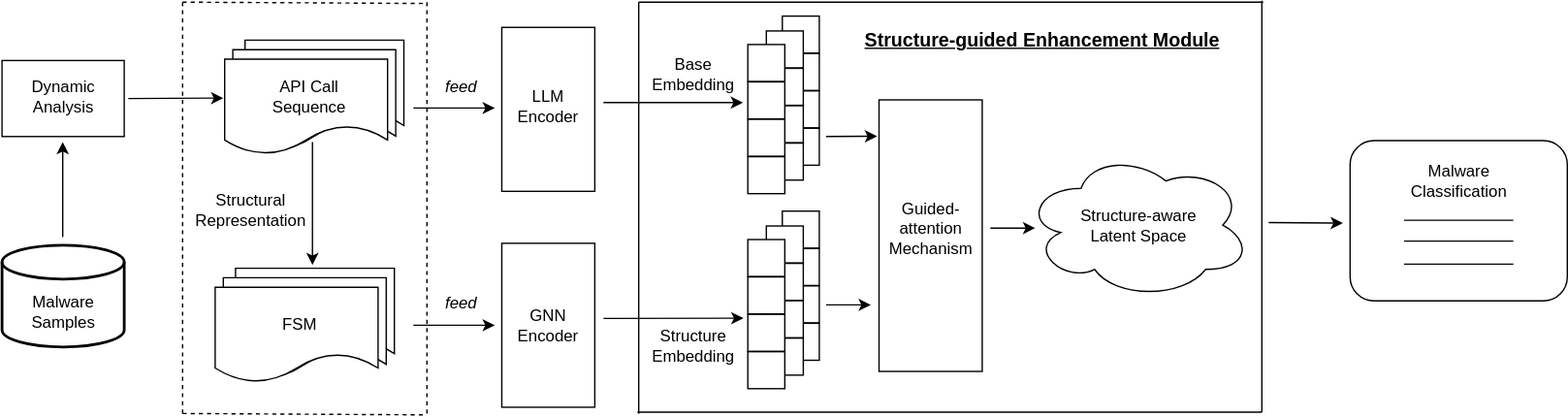
Arui1122/Structural-Representation-Enhancement keeps this draw.io diagram as Structure_Enhancement.drawio.svg. Above is the earlier version. Source tidied: cells renumbered, new cells last; positions are measured from the earlier drawing's top-left corner, leaving out a move shared by most shapes.
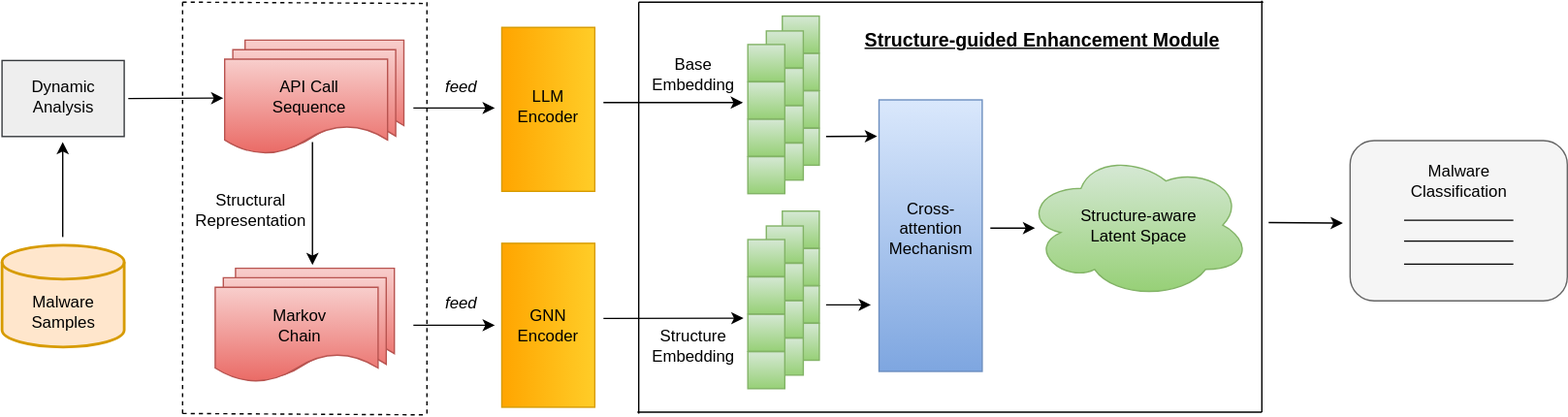
The same file after the commit.

What changed in the source:
```diff
@@ -2,7 +2,7 @@
   <root>
     <mxCell id="0" />
     <mxCell id="1" parent="0" />
-    <mxCell id="2" style="strokeWidth=2;html=1;shape=mxgraph.flowchart.database;whiteSpace=wrap;fontStyle=0;align=center;verticalAlign=bottom;labelPosition=center;verticalLabelPosition=middle;horizontal=1;" parent="1" vertex="1">
+    <mxCell id="2" style="strokeWidth=2;html=1;shape=mxgraph.flowchart.database;whiteSpace=wrap;fontStyle=0;align=center;verticalAlign=bottom;labelPosition=center;verticalLabelPosition=middle;horizontal=1;fillColor=#ffe6cc;strokeColor=#d79b00;" parent="1" vertex="1">
       <mxGeometry y="180" width="90" height="75" as="geometry" />
     </mxCell>
     <mxCell id="3" value="Malware&lt;div&gt;Samples&lt;/div&gt;" style="text;html=1;align=center;verticalAlign=middle;strokeColor=none;fillColor=none;" parent="1" vertex="1">
@@ -14,7 +14,7 @@
         <mxPoint x="44.7" y="104" as="targetPoint" />
       </mxGeometry>
     </mxCell>
-    <mxCell id="5" style="rounded=0;whiteSpace=wrap;html=1;" parent="1" vertex="1">
+    <mxCell id="5" style="rounded=0;whiteSpace=wrap;html=1;fillColor=#eeeeee;strokeColor=#36393d;" parent="1" vertex="1">
       <mxGeometry y="44" width="90" height="56" as="geometry" />
     </mxCell>
     <mxCell id="6" value="Dynamic&lt;div&gt;Analysis&lt;/div&gt;" style="text;html=1;align=center;verticalAlign=middle;strokeColor=none;fillColor=none;" parent="1" vertex="1">
@@ -32,25 +32,25 @@
         <mxPoint x="228.7" y="194.7" as="targetPoint" />
       </mxGeometry>
     </mxCell>
-    <mxCell id="9" style="shape=document;whiteSpace=wrap;html=1;boundedLbl=1;" parent="1" vertex="1">
+    <mxCell id="9" style="shape=document;whiteSpace=wrap;html=1;boundedLbl=1;fillColor=#f8cecc;strokeColor=#b85450;gradientColor=#ea6b66;" parent="1" vertex="1">
       <mxGeometry x="172" y="197" width="117" height="74" as="geometry" />
     </mxCell>
-    <mxCell id="10" style="shape=document;whiteSpace=wrap;html=1;boundedLbl=1;" parent="1" vertex="1">
+    <mxCell id="10" style="shape=document;whiteSpace=wrap;html=1;boundedLbl=1;fillColor=#f8cecc;strokeColor=#b85450;gradientColor=#ea6b66;" parent="1" vertex="1">
       <mxGeometry x="163" y="204" width="120" height="75" as="geometry" />
     </mxCell>
-    <mxCell id="11" style="shape=document;whiteSpace=wrap;html=1;boundedLbl=1;labelBorderColor=none;" parent="1" vertex="1">
+    <mxCell id="11" style="shape=document;whiteSpace=wrap;html=1;boundedLbl=1;labelBorderColor=none;fillColor=#f8cecc;strokeColor=#b85450;gradientColor=#ea6b66;" parent="1" vertex="1">
       <mxGeometry x="157" y="211" width="120" height="70" as="geometry" />
     </mxCell>
-    <mxCell id="12" value="FSM" style="text;html=1;align=center;verticalAlign=middle;strokeColor=none;fillColor=none;" parent="1" vertex="1">
-      <mxGeometry x="194" y="224" width="50" height="30" as="geometry" />
+    <mxCell id="12" value="Markov&lt;div&gt;Chain&lt;/div&gt;" style="text;html=1;align=center;verticalAlign=middle;strokeColor=none;fillColor=none;" parent="1" vertex="1">
+      <mxGeometry x="189" y="219" width="60" height="40" as="geometry" />
     </mxCell>
-    <mxCell id="13" style="shape=document;whiteSpace=wrap;html=1;boundedLbl=1;" parent="1" vertex="1">
+    <mxCell id="13" style="shape=document;whiteSpace=wrap;html=1;boundedLbl=1;fillColor=#f8cecc;strokeColor=#b85450;gradientColor=#ea6b66;" parent="1" vertex="1">
       <mxGeometry x="179" y="29" width="117" height="74" as="geometry" />
     </mxCell>
-    <mxCell id="14" style="shape=document;whiteSpace=wrap;html=1;boundedLbl=1;" parent="1" vertex="1">
+    <mxCell id="14" style="shape=document;whiteSpace=wrap;html=1;boundedLbl=1;fillColor=#f8cecc;strokeColor=#b85450;gradientColor=#ea6b66;" parent="1" vertex="1">
       <mxGeometry x="170" y="36" width="120" height="75" as="geometry" />
     </mxCell>
-    <mxCell id="15" style="shape=document;whiteSpace=wrap;html=1;boundedLbl=1;labelBorderColor=none;" parent="1" vertex="1">
+    <mxCell id="15" style="shape=document;whiteSpace=wrap;html=1;boundedLbl=1;labelBorderColor=none;fillColor=#f8cecc;strokeColor=#b85450;gradientColor=#ea6b66;" parent="1" vertex="1">
       <mxGeometry x="164" y="43" width="120" height="70" as="geometry" />
     </mxCell>
     <mxCell id="16" value="API Call&lt;div&gt;Sequence&lt;/div&gt;" style="text;html=1;align=center;verticalAlign=middle;strokeColor=none;fillColor=none;" parent="1" vertex="1">
@@ -68,7 +68,7 @@
     <mxCell id="19" value="&lt;i&gt;feed&lt;/i&gt;" style="text;html=1;align=center;verticalAlign=middle;strokeColor=none;fillColor=none;" parent="1" vertex="1">
       <mxGeometry x="313" y="49.5" width="50" height="30" as="geometry" />
     </mxCell>
-    <mxCell id="20" style="rounded=0;whiteSpace=wrap;html=1;rotation=90;" parent="1" vertex="1">
+    <mxCell id="20" style="rounded=0;whiteSpace=wrap;html=1;rotation=90;fillColor=#ffcd28;strokeColor=#d79b00;gradientColor=#ffa500;" parent="1" vertex="1">
       <mxGeometry x="342" y="45.7" width="120.8" height="68.5" as="geometry" />
     </mxCell>
     <mxCell id="21" value="LLM&lt;div&gt;Encoder&lt;/div&gt;" style="text;html=1;align=center;verticalAlign=middle;strokeColor=none;fillColor=none;" parent="1" vertex="1">
@@ -101,40 +101,40 @@
         <mxPoint x="180" y="304" as="targetPoint" />
       </mxGeometry>
     </mxCell>
-    <mxCell id="27" style="whiteSpace=wrap;html=1;" parent="1" vertex="1">
+    <mxCell id="27" style="whiteSpace=wrap;html=1;fillColor=#d5e8d4;gradientColor=#97d077;strokeColor=#82b366;" parent="1" vertex="1">
       <mxGeometry x="574.8" y="11.3" width="27.2" height="27.2" as="geometry" />
     </mxCell>
-    <mxCell id="28" style="whiteSpace=wrap;html=1;" parent="1" vertex="1">
+    <mxCell id="28" style="whiteSpace=wrap;html=1;fillColor=#d5e8d4;gradientColor=#97d077;strokeColor=#82b366;" parent="1" vertex="1">
       <mxGeometry x="574.8" y="38.8" width="27.2" height="27.2" as="geometry" />
     </mxCell>
-    <mxCell id="29" style="whiteSpace=wrap;html=1;" parent="1" vertex="1">
+    <mxCell id="29" style="whiteSpace=wrap;html=1;fillColor=#d5e8d4;gradientColor=#97d077;strokeColor=#82b366;" parent="1" vertex="1">
       <mxGeometry x="574.8" y="66.4" width="27.2" height="27.2" as="geometry" />
     </mxCell>
-    <mxCell id="30" style="whiteSpace=wrap;html=1;" parent="1" vertex="1">
+    <mxCell id="30" style="whiteSpace=wrap;html=1;fillColor=#d5e8d4;gradientColor=#97d077;strokeColor=#82b366;" parent="1" vertex="1">
       <mxGeometry x="574.8" y="93.9" width="27.2" height="27.2" as="geometry" />
     </mxCell>
-    <mxCell id="31" style="whiteSpace=wrap;html=1;" parent="1" vertex="1">
+    <mxCell id="31" style="whiteSpace=wrap;html=1;fillColor=#d5e8d4;gradientColor=#97d077;strokeColor=#82b366;" parent="1" vertex="1">
       <mxGeometry x="563" y="22.2" width="27.2" height="27.2" as="geometry" />
     </mxCell>
-    <mxCell id="32" style="whiteSpace=wrap;html=1;" parent="1" vertex="1">
+    <mxCell id="32" style="whiteSpace=wrap;html=1;fillColor=#d5e8d4;gradientColor=#97d077;strokeColor=#82b366;" parent="1" vertex="1">
       <mxGeometry x="563" y="49.8" width="27.2" height="27.2" as="geometry" />
     </mxCell>
-    <mxCell id="33" style="whiteSpace=wrap;html=1;" parent="1" vertex="1">
+    <mxCell id="33" style="whiteSpace=wrap;html=1;fillColor=#d5e8d4;gradientColor=#97d077;strokeColor=#82b366;" parent="1" vertex="1">
       <mxGeometry x="563" y="77.3" width="27.2" height="27.2" as="geometry" />
     </mxCell>
-    <mxCell id="34" style="whiteSpace=wrap;html=1;" parent="1" vertex="1">
+    <mxCell id="34" style="whiteSpace=wrap;html=1;fillColor=#d5e8d4;gradientColor=#97d077;strokeColor=#82b366;" parent="1" vertex="1">
       <mxGeometry x="563" y="104.8" width="27.2" height="27.2" as="geometry" />
     </mxCell>
-    <mxCell id="35" style="whiteSpace=wrap;html=1;" parent="1" vertex="1">
+    <mxCell id="35" style="whiteSpace=wrap;html=1;fillColor=#d5e8d4;gradientColor=#97d077;strokeColor=#82b366;" parent="1" vertex="1">
       <mxGeometry x="549.4" y="32.2" width="27.2" height="27.2" as="geometry" />
     </mxCell>
-    <mxCell id="36" style="whiteSpace=wrap;html=1;" parent="1" vertex="1">
+    <mxCell id="36" style="whiteSpace=wrap;html=1;fillColor=#d5e8d4;gradientColor=#97d077;strokeColor=#82b366;" parent="1" vertex="1">
       <mxGeometry x="549.4" y="59.8" width="27.2" height="27.2" as="geometry" />
     </mxCell>
-    <mxCell id="37" style="whiteSpace=wrap;html=1;" parent="1" vertex="1">
+    <mxCell id="37" style="whiteSpace=wrap;html=1;fillColor=#d5e8d4;gradientColor=#97d077;strokeColor=#82b366;" parent="1" vertex="1">
       <mxGeometry x="549.4" y="87.3" width="27.2" height="27.2" as="geometry" />
     </mxCell>
-    <mxCell id="38" style="whiteSpace=wrap;html=1;" parent="1" vertex="1">
+    <mxCell id="38" style="whiteSpace=wrap;html=1;fillColor=#d5e8d4;gradientColor=#97d077;strokeColor=#82b366;" parent="1" vertex="1">
       <mxGeometry x="549.4" y="114.8" width="27.2" height="27.2" as="geometry" />
     </mxCell>
     <mxCell id="39" style="endArrow=classic;html=1;rounded=0;entryX=0.96;entryY=-0.005;entryDx=0;entryDy=0;entryPerimeter=0;" parent="1" edge="1" target="41">
@@ -150,49 +150,49 @@
     <mxCell id="41" value="Structure&lt;div&gt;Embedding&lt;/div&gt;" style="text;html=1;align=center;verticalAlign=middle;points=[];strokeColor=none;fillColor=none;" parent="1" vertex="1">
       <mxGeometry x="469.4" y="234" width="80" height="40" as="geometry" />
     </mxCell>
-    <mxCell id="42" style="whiteSpace=wrap;html=1;" parent="1" vertex="1">
+    <mxCell id="42" style="whiteSpace=wrap;html=1;fillColor=#d5e8d4;gradientColor=#97d077;strokeColor=#82b366;" parent="1" vertex="1">
       <mxGeometry x="574.8" y="154.9" width="27.2" height="27.2" as="geometry" />
     </mxCell>
-    <mxCell id="43" style="whiteSpace=wrap;html=1;" parent="1" vertex="1">
+    <mxCell id="43" style="whiteSpace=wrap;html=1;fillColor=#d5e8d4;gradientColor=#97d077;strokeColor=#82b366;" parent="1" vertex="1">
       <mxGeometry x="574.8" y="182.5" width="27.2" height="27.2" as="geometry" />
     </mxCell>
-    <mxCell id="44" style="whiteSpace=wrap;html=1;" parent="1" vertex="1">
+    <mxCell id="44" style="whiteSpace=wrap;html=1;fillColor=#d5e8d4;gradientColor=#97d077;strokeColor=#82b366;" parent="1" vertex="1">
       <mxGeometry x="574.8" y="210" width="27.2" height="27.2" as="geometry" />
     </mxCell>
-    <mxCell id="45" style="whiteSpace=wrap;html=1;" parent="1" vertex="1">
+    <mxCell id="45" style="whiteSpace=wrap;html=1;fillColor=#d5e8d4;gradientColor=#97d077;strokeColor=#82b366;" parent="1" vertex="1">
       <mxGeometry x="574.8" y="237.6" width="27.2" height="27.2" as="geometry" />
     </mxCell>
-    <mxCell id="46" style="whiteSpace=wrap;html=1;" parent="1" vertex="1">
+    <mxCell id="46" style="whiteSpace=wrap;html=1;fillColor=#d5e8d4;gradientColor=#97d077;strokeColor=#82b366;" parent="1" vertex="1">
       <mxGeometry x="563" y="165.9" width="27.2" height="27.2" as="geometry" />
     </mxCell>
-    <mxCell id="47" style="whiteSpace=wrap;html=1;" parent="1" vertex="1">
+    <mxCell id="47" style="whiteSpace=wrap;html=1;fillColor=#d5e8d4;gradientColor=#97d077;strokeColor=#82b366;" parent="1" vertex="1">
       <mxGeometry x="563" y="193.4" width="27.2" height="27.2" as="geometry" />
     </mxCell>
-    <mxCell id="48" style="whiteSpace=wrap;html=1;" parent="1" vertex="1">
+    <mxCell id="48" style="whiteSpace=wrap;html=1;fillColor=#d5e8d4;gradientColor=#97d077;strokeColor=#82b366;" parent="1" vertex="1">
       <mxGeometry x="563" y="221" width="27.2" height="27.2" as="geometry" />
     </mxCell>
-    <mxCell id="49" style="whiteSpace=wrap;html=1;" parent="1" vertex="1">
+    <mxCell id="49" style="whiteSpace=wrap;html=1;fillColor=#d5e8d4;gradientColor=#97d077;strokeColor=#82b366;" parent="1" vertex="1">
       <mxGeometry x="563" y="248.5" width="27.2" height="27.2" as="geometry" />
     </mxCell>
-    <mxCell id="50" style="whiteSpace=wrap;html=1;" parent="1" vertex="1">
+    <mxCell id="50" style="whiteSpace=wrap;html=1;fillColor=#d5e8d4;gradientColor=#97d077;strokeColor=#82b366;" parent="1" vertex="1">
       <mxGeometry x="549.4" y="175.9" width="27.2" height="27.2" as="geometry" />
     </mxCell>
-    <mxCell id="51" style="whiteSpace=wrap;html=1;" parent="1" vertex="1">
+    <mxCell id="51" style="whiteSpace=wrap;html=1;fillColor=#d5e8d4;gradientColor=#97d077;strokeColor=#82b366;" parent="1" vertex="1">
       <mxGeometry x="549.4" y="203.4" width="27.2" height="27.2" as="geometry" />
     </mxCell>
-    <mxCell id="52" style="whiteSpace=wrap;html=1;" parent="1" vertex="1">
+    <mxCell id="52" style="whiteSpace=wrap;html=1;fillColor=#d5e8d4;gradientColor=#97d077;strokeColor=#82b366;" parent="1" vertex="1">
       <mxGeometry x="549.4" y="230.9" width="27.2" height="27.2" as="geometry" />
     </mxCell>
-    <mxCell id="53" style="whiteSpace=wrap;html=1;" parent="1" vertex="1">
+    <mxCell id="53" style="whiteSpace=wrap;html=1;fillColor=#d5e8d4;gradientColor=#97d077;strokeColor=#82b366;" parent="1" vertex="1">
       <mxGeometry x="549.4" y="258.5" width="27.2" height="27.2" as="geometry" />
     </mxCell>
     <mxCell id="54" value="&lt;b&gt;&lt;u&gt;&lt;font style=&quot;font-size: 14px;&quot;&gt;Structure-guided Enhancement Module&lt;/font&gt;&lt;/u&gt;&lt;/b&gt;" style="text;html=1;align=center;verticalAlign=middle;strokeColor=none;fillColor=none;" parent="1" vertex="1">
       <mxGeometry x="626" y="14" width="280" height="30" as="geometry" />
     </mxCell>
-    <mxCell id="55" style="rounded=0;whiteSpace=wrap;html=1;" parent="1" vertex="1">
+    <mxCell id="55" style="rounded=0;whiteSpace=wrap;html=1;fillColor=#dae8fc;strokeColor=#6c8ebf;gradientColor=#7ea6e0;" parent="1" vertex="1">
       <mxGeometry x="646" y="73" width="76" height="200" as="geometry" />
     </mxCell>
-    <mxCell id="56" value="Guided-&lt;div&gt;attention&lt;div&gt;&lt;div&gt;Mechanism&lt;/div&gt;&lt;/div&gt;&lt;/div&gt;" style="text;html=1;align=center;verticalAlign=middle;strokeColor=none;fillColor=none;" parent="1" vertex="1">
+    <mxCell id="56" value="Cross-&lt;div&gt;attention&lt;div&gt;&lt;div&gt;Mechanism&lt;/div&gt;&lt;/div&gt;&lt;/div&gt;" style="text;html=1;align=center;verticalAlign=middle;strokeColor=none;fillColor=none;" parent="1" vertex="1">
       <mxGeometry x="644" y="137.6" width="80" height="60" as="geometry" />
     </mxCell>
     <mxCell id="57" style="endArrow=classic;html=1;rounded=0;" parent="1" edge="1">
@@ -201,7 +201,7 @@
         <mxPoint x="640" y="224" as="targetPoint" />
       </mxGeometry>
     </mxCell>
-    <mxCell id="58" style="ellipse;shape=cloud;whiteSpace=wrap;html=1;" parent="1" vertex="1">
+    <mxCell id="58" style="ellipse;shape=cloud;whiteSpace=wrap;html=1;fillColor=#d5e8d4;strokeColor=#82b366;gradientColor=#97d077;" parent="1" vertex="1">
       <mxGeometry x="753" y="111" width="167" height="108.5" as="geometry" />
     </mxCell>
     <mxCell id="59" value="&lt;span style=&quot;font-weight: normal;&quot;&gt;Structure-aware&lt;/span&gt;&lt;div&gt;&lt;span style=&quot;font-weight: normal;&quot;&gt;Latent Space&lt;/span&gt;&lt;/div&gt;" style="text;html=1;align=center;verticalAlign=middle;strokeColor=none;fillColor=none;fontStyle=1;" parent="1" vertex="1">
@@ -213,7 +213,7 @@
         <mxPoint x="987.7" y="163.8" as="targetPoint" />
       </mxGeometry>
     </mxCell>
-    <mxCell id="61" style="rounded=1;whiteSpace=wrap;html=1;" parent="1" vertex="1">
+    <mxCell id="61" style="rounded=1;whiteSpace=wrap;html=1;fillColor=#f5f5f5;fontColor=#333333;strokeColor=#666666;" parent="1" vertex="1">
       <mxGeometry x="993" y="103" width="160" height="118" as="geometry" />
     </mxCell>
     <mxCell id="62" value="Malware&lt;div&gt;Classification&lt;/div&gt;" style="text;html=1;align=center;verticalAlign=middle;strokeColor=none;fillColor=none;" parent="1" vertex="1">
@@ -267,7 +267,7 @@
         <mxPoint x="363" y="239" as="targetPoint" />
       </mxGeometry>
     </mxCell>
-    <mxCell id="71" style="rounded=0;whiteSpace=wrap;html=1;rotation=90;" parent="1" vertex="1">
+    <mxCell id="71" style="rounded=0;whiteSpace=wrap;html=1;rotation=90;fillColor=#ffcd28;strokeColor=#d79b00;gradientColor=#ffa500;" parent="1" vertex="1">
       <mxGeometry x="342" y="204.8" width="120.8" height="68.5" as="geometry" />
     </mxCell>
     <mxCell id="72" value="GNN&lt;div&gt;Encoder&lt;/div&gt;" style="text;html=1;align=center;verticalAlign=middle;strokeColor=none;fillColor=none;" parent="1" vertex="1">
```
